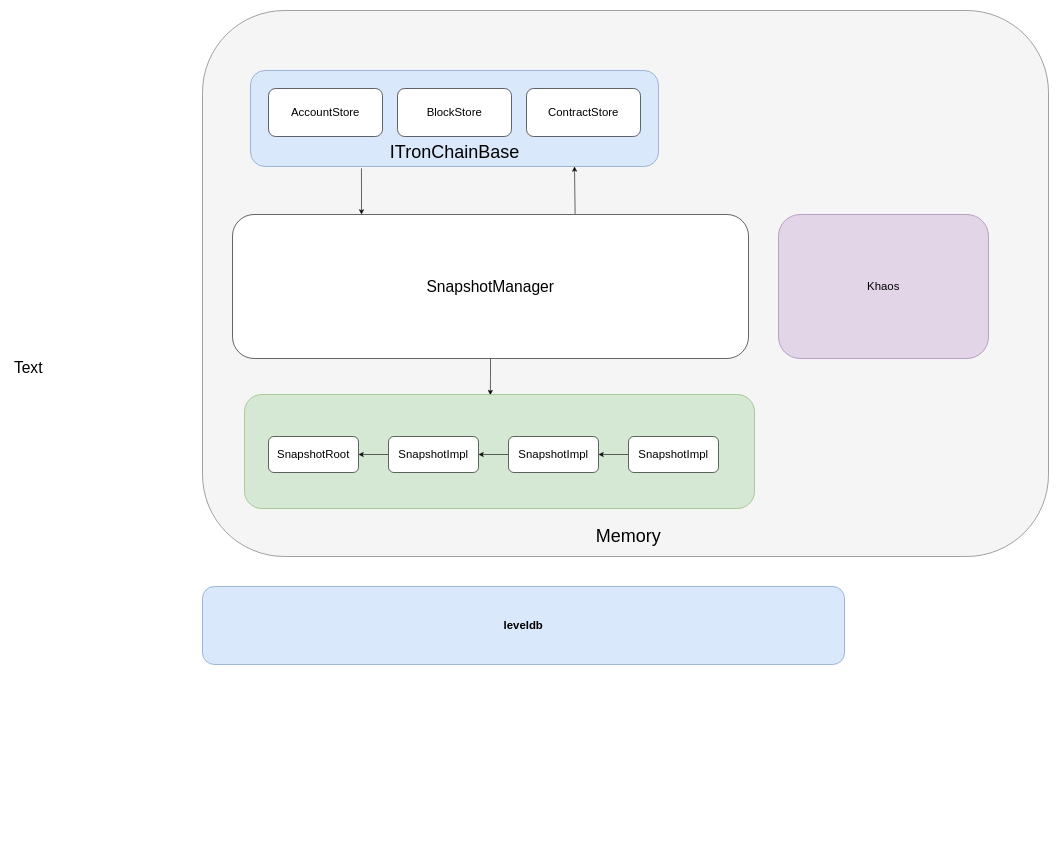
Above: drawio/数据库结构图.drawio in forfreeday/design (draw.io), before the change. Source tidied: cells renumbered, new cells numbered last; positions are measured from the earlier drawing's top-left corner, leaving out a move shared by most shapes. Both pictures are drawn from the tidied source at 60%, with x=0, y=0 at pixel (10, 10).
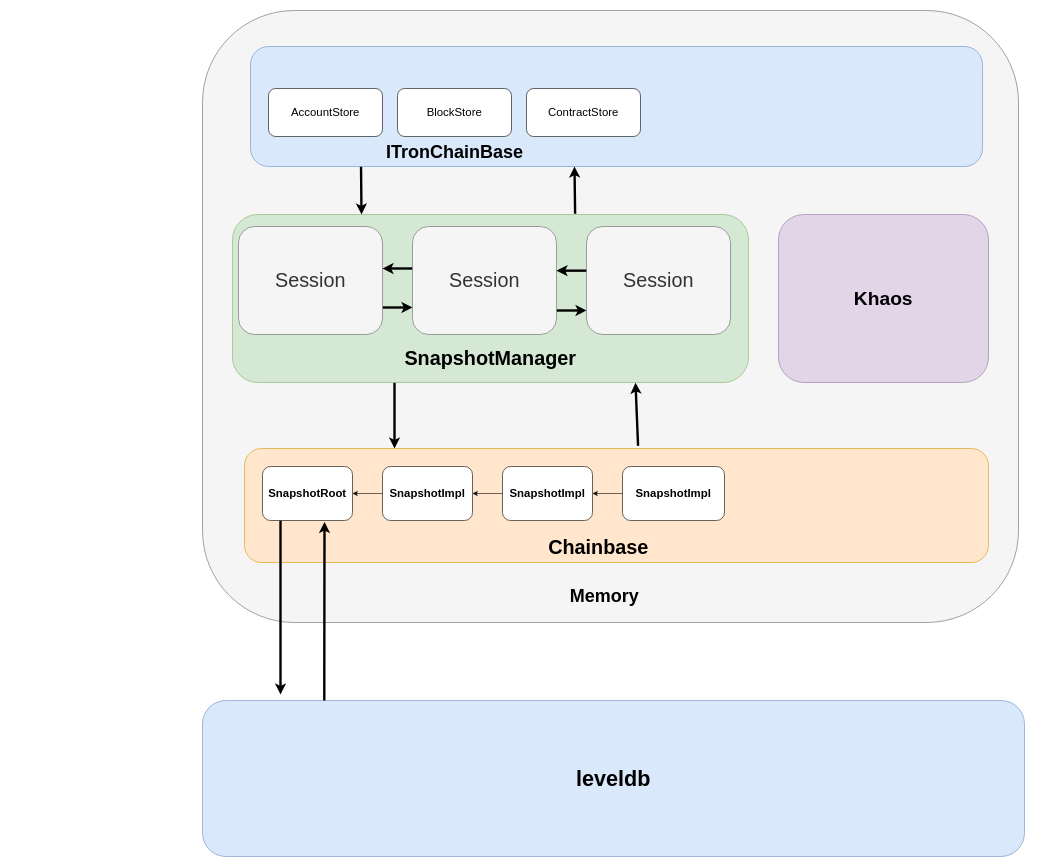
The same diagram, later.

Commit message:
更新数据库结构图.drawio

The edit, as a diff of the source:
```diff
@@
+    <mxCell id="3" style="rounded=1;whiteSpace=wrap;html=1;fontSize=19;fillColor=#f5f5f5;fontColor=#333333;strokeColor=#666666;" parent="1" vertex="1">
+      <mxGeometry x="320" width="1360" height="1020" as="geometry" />
+    </mxCell>
-    <mxCell id="2" value="leveldb" style="rounded=1;whiteSpace=wrap;html=1;fontStyle=1;fontSize=19;fillColor=#dae8fc;strokeColor=#6c8ebf;" parent="1" vertex="1">
-      <mxGeometry x="320" y="960" width="1070" height="130" as="geometry" />
+    <mxCell id="2" value="&lt;font style=&quot;font-size: 36px;&quot;&gt;leveldb&lt;/font&gt;" style="rounded=1;whiteSpace=wrap;html=1;fontStyle=1;fontSize=19;fillColor=#dae8fc;strokeColor=#6c8ebf;" parent="1" vertex="1">
+      <mxGeometry x="320" y="1150" width="1370" height="260" as="geometry" />
     </mxCell>
-    <mxCell id="3" style="rounded=1;whiteSpace=wrap;html=1;fontSize=19;fillColor=#f5f5f5;fontColor=#333333;strokeColor=#666666;" parent="1" vertex="1">
-      <mxGeometry x="320" width="1410" height="910" as="geometry" />
-    </mxCell>
-    <mxCell id="4" value="Khaos" style="rounded=1;whiteSpace=wrap;html=1;fontSize=19;fillColor=#e1d5e7;strokeColor=#9673a6;" parent="1" vertex="1">
-      <mxGeometry x="1280" y="340" width="350" height="240" as="geometry" />
+    <mxCell id="4" value="&lt;b&gt;&lt;font style=&quot;font-size: 32px;&quot;&gt;Khaos&lt;/font&gt;&lt;/b&gt;" style="rounded=1;whiteSpace=wrap;html=1;fontSize=19;fillColor=#e1d5e7;strokeColor=#9673a6;" parent="1" vertex="1">
+      <mxGeometry x="1280" y="340" width="350" height="280" as="geometry" />
     </mxCell>
-    <mxCell id="5" style="edgeStyle=orthogonalEdgeStyle;rounded=0;jettySize=auto;html=1;entryX=0.482;entryY=0.005;entryDx=0;entryDy=0;entryPerimeter=0;fontSize=19;" parent="1" edge="1" source="6" target="7">
-      <mxGeometry relative="1" as="geometry" />
+    <mxCell id="5" style="edgeStyle=orthogonalEdgeStyle;rounded=0;jettySize=auto;html=1;fontSize=19;strokeWidth=4;" parent="1" edge="1" source="6" target="7">
+      <mxGeometry relative="1" as="geometry">
+        <Array as="points">
+          <mxPoint x="640" y="630" />
+          <mxPoint x="640" y="630" />
+        </Array>
+      </mxGeometry>
     </mxCell>
+    <mxCell id="7" style="rounded=1;whiteSpace=wrap;html=1;fontSize=19;fillColor=#ffe6cc;strokeColor=#d79b00;" parent="1" vertex="1">
+      <mxGeometry x="390" y="730" width="1240" height="190" as="geometry" />
+    </mxCell>
+    <mxCell id="24" style="edgeStyle=orthogonalEdgeStyle;rounded=0;jettySize=auto;html=1;entryX=0.689;entryY=1.026;entryDx=0;entryDy=0;entryPerimeter=0;fontSize=33;strokeWidth=4;" parent="1" edge="1" source="2" target="14">
+      <mxGeometry relative="1" as="geometry">
+        <Array as="points">
+          <mxPoint x="523" y="1110" />
+          <mxPoint x="523" y="1110" />
+        </Array>
+      </mxGeometry>
+    </mxCell>
-    <mxCell id="6" value="&lt;font style=&quot;font-size: 26px;&quot;&gt;SnapshotManager&lt;/font&gt;" style="rounded=1;whiteSpace=wrap;html=1;fontSize=19;" parent="1" vertex="1">
-      <mxGeometry x="370" y="340" width="860" height="240" as="geometry" />
+    <mxCell id="6" value="&lt;font size=&quot;1&quot; style=&quot;&quot;&gt;&lt;b style=&quot;font-size: 33px;&quot;&gt;&lt;br&gt;&lt;br&gt;&lt;br&gt;&lt;br&gt;&lt;br&gt;SnapshotManager&lt;/b&gt;&lt;/font&gt;" style="rounded=1;whiteSpace=wrap;html=1;fontSize=19;fillColor=#d5e8d4;strokeColor=#82b366;" parent="1" vertex="1">
+      <mxGeometry x="370" y="340" width="860" height="280" as="geometry" />
     </mxCell>
-    <mxCell id="7" style="rounded=1;whiteSpace=wrap;html=1;fontSize=19;fillColor=#d5e8d4;strokeColor=#82b366;" parent="1" vertex="1">
-      <mxGeometry x="390" y="640" width="850" height="190" as="geometry" />
-    </mxCell>
@@
-    <mxCell id="9" value="SnapshotImpl" style="rounded=1;whiteSpace=wrap;html=1;fontSize=19;" parent="1" vertex="1">
-      <mxGeometry x="1030" y="710" width="150" height="60" as="geometry" />
+    <mxCell id="9" value="SnapshotImpl" style="rounded=1;whiteSpace=wrap;html=1;fontSize=19;fontStyle=1;" parent="1" vertex="1">
+      <mxGeometry x="1020" y="760" width="170" height="90" as="geometry" />
     </mxCell>
@@
-    <mxCell id="11" value="SnapshotImpl" style="rounded=1;whiteSpace=wrap;html=1;fontSize=19;" parent="1" vertex="1">
-      <mxGeometry x="830" y="710" width="150" height="60" as="geometry" />
+    <mxCell id="11" value="SnapshotImpl" style="rounded=1;whiteSpace=wrap;html=1;fontSize=19;fontStyle=1;" parent="1" vertex="1">
+      <mxGeometry x="820" y="760" width="150" height="90" as="geometry" />
     </mxCell>
@@
-    <mxCell id="13" value="SnapshotImpl" style="rounded=1;whiteSpace=wrap;html=1;fontSize=19;" parent="1" vertex="1">
-      <mxGeometry x="630" y="710" width="150" height="60" as="geometry" />
+    <mxCell id="13" value="SnapshotImpl" style="rounded=1;whiteSpace=wrap;html=1;fontSize=19;fontStyle=1;" parent="1" vertex="1">
+      <mxGeometry x="620" y="760" width="150" height="90" as="geometry" />
     </mxCell>
+    <mxCell id="25" style="edgeStyle=orthogonalEdgeStyle;rounded=0;jettySize=auto;html=1;fontSize=33;strokeWidth=4;" parent="1" edge="1" source="14">
+      <mxGeometry relative="1" as="geometry">
+        <mxPoint x="450" y="1140" as="targetPoint" />
+        <Array as="points">
+          <mxPoint x="450" y="1070" />
+          <mxPoint x="450" y="1070" />
+        </Array>
+      </mxGeometry>
+    </mxCell>
-    <mxCell id="14" value="SnapshotRoot" style="rounded=1;whiteSpace=wrap;html=1;fontSize=19;" parent="1" vertex="1">
-      <mxGeometry x="430" y="710" width="150" height="60" as="geometry" />
+    <mxCell id="14" value="SnapshotRoot" style="rounded=1;whiteSpace=wrap;html=1;fontSize=19;fontStyle=1;" parent="1" vertex="1">
+      <mxGeometry x="420" y="760" width="150" height="90" as="geometry" />
     </mxCell>
-    <mxCell id="15" value="Memory" style="text;html=1;strokeColor=none;fillColor=none;align=center;verticalAlign=middle;whiteSpace=wrap;rounded=0;fontSize=30;" parent="1" vertex="1">
-      <mxGeometry x="1000" y="860" width="60" height="30" as="geometry" />
+    <mxCell id="15" value="&lt;b&gt;Memory&lt;/b&gt;" style="text;html=1;strokeColor=none;fillColor=none;align=center;verticalAlign=middle;whiteSpace=wrap;rounded=0;fontSize=30;" parent="1" vertex="1">
+      <mxGeometry x="960" y="960" width="60" height="30" as="geometry" />
     </mxCell>
     <mxCell id="16" style="rounded=1;whiteSpace=wrap;html=1;fontSize=30;fillColor=#dae8fc;strokeColor=#6c8ebf;" parent="1" vertex="1">
-      <mxGeometry x="400" y="100" width="680" height="160" as="geometry" />
+      <mxGeometry x="400" y="60" width="1220" height="200" as="geometry" />
     </mxCell>
@@
-    <mxCell id="18" value="ITronChainBase" style="text;html=1;strokeColor=none;fillColor=none;align=center;verticalAlign=middle;whiteSpace=wrap;rounded=0;fontSize=30;" parent="1" vertex="1">
+    <mxCell id="18" value="&lt;b&gt;ITronChainBase&lt;/b&gt;" style="text;html=1;strokeColor=none;fillColor=none;align=center;verticalAlign=middle;whiteSpace=wrap;rounded=0;fontSize=30;" parent="1" vertex="1">
       <mxGeometry x="687.5" y="220" width="105" height="30" as="geometry" />
     </mxCell>
@@
-    <mxCell id="21" value="Text" style="text;html=1;strokeColor=none;fillColor=none;align=center;verticalAlign=middle;whiteSpace=wrap;rounded=0;fontSize=26;" parent="1" vertex="1">
-      <mxGeometry y="580" width="60" height="30" as="geometry" />
-    </mxCell>
-    <mxCell id="22" style="endArrow=classic;html=1;rounded=0;fontSize=26;entryX=0.25;entryY=0;entryDx=0;entryDy=0;exitX=0.272;exitY=1.019;exitDx=0;exitDy=0;exitPerimeter=0;" parent="1" edge="1" source="16" target="6">
+    <mxCell id="22" style="endArrow=classic;html=1;rounded=0;fontSize=26;entryX=0.25;entryY=0;entryDx=0;entryDy=0;exitX=0.151;exitY=1.002;exitDx=0;exitDy=0;exitPerimeter=0;strokeWidth=4;" parent="1" edge="1" source="16" target="6">
       <mxGeometry relative="1" as="geometry" />
     </mxCell>
-    <mxCell id="23" style="endArrow=classic;html=1;rounded=0;fontSize=26;exitX=0.664;exitY=-0.004;exitDx=0;exitDy=0;exitPerimeter=0;" parent="1" edge="1" source="6">
+    <mxCell id="23" style="endArrow=classic;html=1;rounded=0;fontSize=26;exitX=0.664;exitY=-0.004;exitDx=0;exitDy=0;exitPerimeter=0;strokeWidth=4;" parent="1" edge="1" source="6">
       <mxGeometry relative="1" as="geometry">
         <mxPoint x="940" y="260" as="targetPoint" />
       </mxGeometry>
     </mxCell>
+    <mxCell id="26" style="endArrow=classic;html=1;rounded=0;fontSize=26;strokeWidth=4;exitX=0.529;exitY=-0.023;exitDx=0;exitDy=0;exitPerimeter=0;entryX=0.781;entryY=1.001;entryDx=0;entryDy=0;entryPerimeter=0;" parent="1" edge="1" source="7" target="6">
+      <mxGeometry relative="1" as="geometry" />
+    </mxCell>
+    <mxCell id="27" style="edgeStyle=orthogonalEdgeStyle;rounded=0;jettySize=auto;html=1;exitX=1;exitY=0.75;exitDx=0;exitDy=0;entryX=0;entryY=0.75;entryDx=0;entryDy=0;fontSize=33;strokeWidth=4;" parent="1" edge="1" source="28" target="31">
+      <mxGeometry relative="1" as="geometry" />
+    </mxCell>
+    <mxCell id="28" value="Session" style="rounded=1;whiteSpace=wrap;html=1;fontSize=33;fillColor=#f5f5f5;fontColor=#333333;strokeColor=#666666;" parent="1" vertex="1">
+      <mxGeometry x="380" y="360" width="240" height="180" as="geometry" />
+    </mxCell>
+    <mxCell id="29" style="edgeStyle=orthogonalEdgeStyle;rounded=0;jettySize=auto;html=1;fontSize=33;strokeWidth=4;" parent="1" edge="1" source="31" target="33">
+      <mxGeometry relative="1" as="geometry">
+        <Array as="points">
+          <mxPoint x="920" y="500" />
+          <mxPoint x="920" y="500" />
+        </Array>
+      </mxGeometry>
+    </mxCell>
+    <mxCell id="30" style="edgeStyle=orthogonalEdgeStyle;rounded=0;jettySize=auto;html=1;fontSize=33;strokeWidth=4;" parent="1" edge="1" source="31" target="28">
+      <mxGeometry relative="1" as="geometry">
+        <Array as="points">
+          <mxPoint x="650" y="430" />
+          <mxPoint x="650" y="430" />
+        </Array>
+      </mxGeometry>
+    </mxCell>
+    <mxCell id="31" value="Session" style="rounded=1;whiteSpace=wrap;html=1;fontSize=33;fillColor=#f5f5f5;fontColor=#333333;strokeColor=#666666;" parent="1" vertex="1">
+      <mxGeometry x="670" y="360" width="240" height="180" as="geometry" />
+    </mxCell>
+    <mxCell id="32" style="edgeStyle=orthogonalEdgeStyle;rounded=0;jettySize=auto;html=1;exitX=0.003;exitY=0.409;exitDx=0;exitDy=0;entryX=1;entryY=0.409;entryDx=0;entryDy=0;fontSize=33;strokeWidth=4;entryPerimeter=0;exitPerimeter=0;" parent="1" edge="1" source="33" target="31">
+      <mxGeometry relative="1" as="geometry" />
+    </mxCell>
+    <mxCell id="33" value="Session" style="rounded=1;whiteSpace=wrap;html=1;fontSize=33;fillColor=#f5f5f5;fontColor=#333333;strokeColor=#666666;" parent="1" vertex="1">
+      <mxGeometry x="960" y="360" width="240" height="180" as="geometry" />
+    </mxCell>
+    <mxCell id="34" value="&lt;b&gt;Chainbase&lt;/b&gt;" style="text;html=1;strokeColor=none;fillColor=none;align=center;verticalAlign=middle;whiteSpace=wrap;rounded=0;fontSize=33;" parent="1" vertex="1">
+      <mxGeometry x="950" y="880" width="60" height="30" as="geometry" />
+    </mxCell>
```
